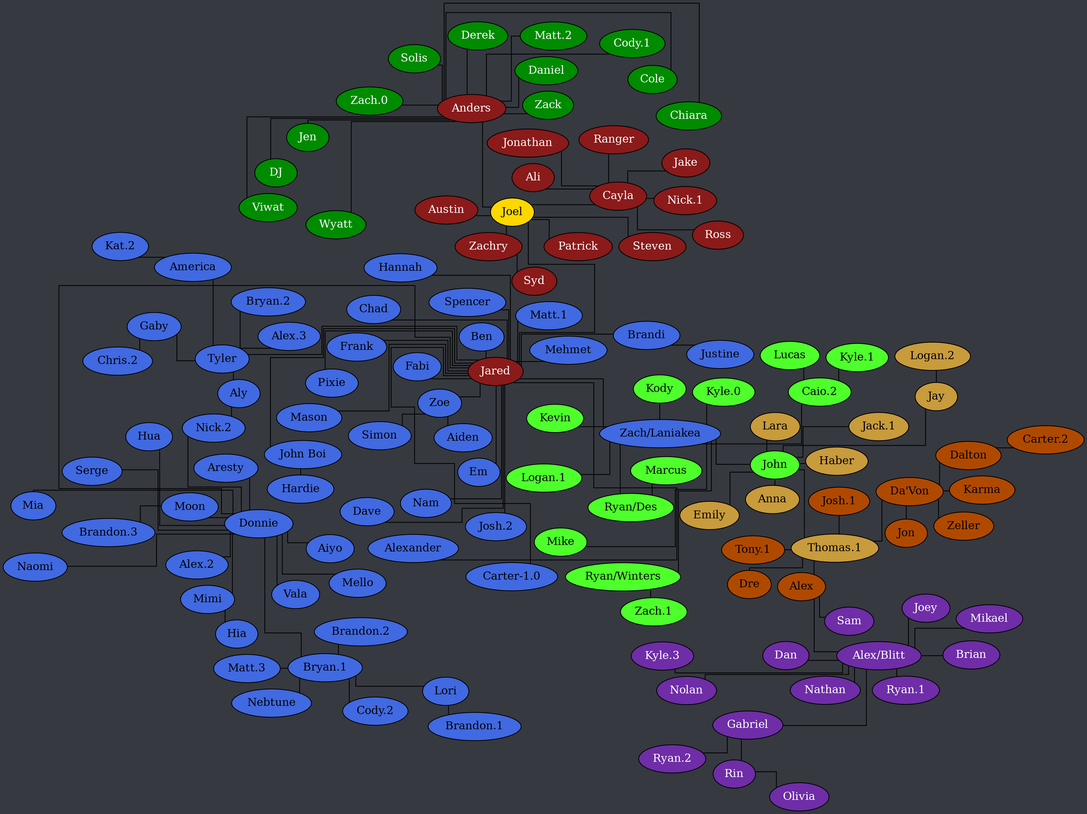
This is tree.png from Documidas/CoronaCatzFamilyTree, a Graphviz export, as it was before one commit. Its source is kept beside it as tree.dot.
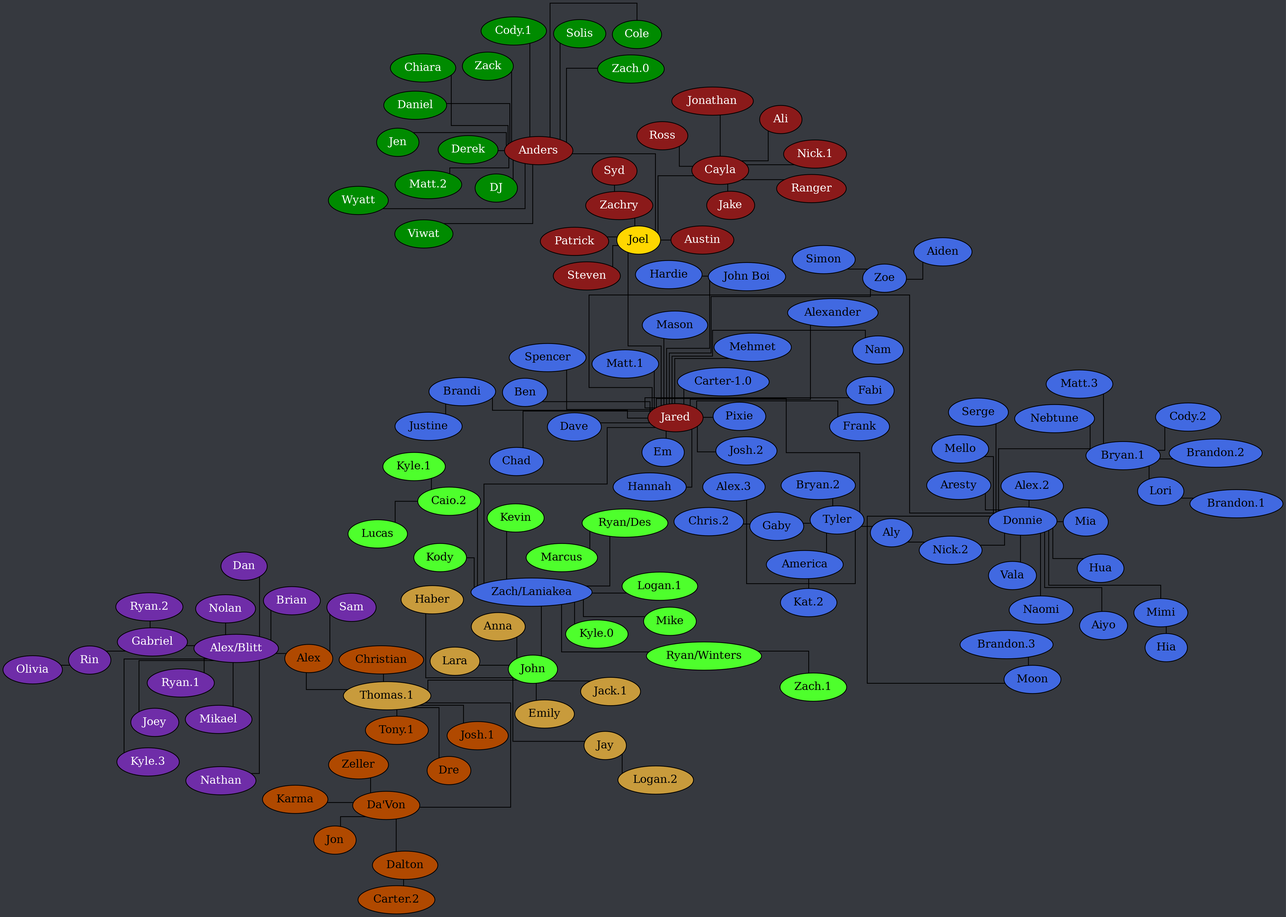
After the commit.

What changed in the source:
```diff
@@ -149,6 +149,7 @@
 		"Da'Von" -- Zeller;
 		Dalton -- "Carter.2";
 		"Thomas.1" -- Alex;
+		"Thomas.1" -- Christian;
 		"Thomas.1" -- "Da'Von";
 		"Thomas.1" -- Dre;
 		"Thomas.1" -- "Josh.1";
```
